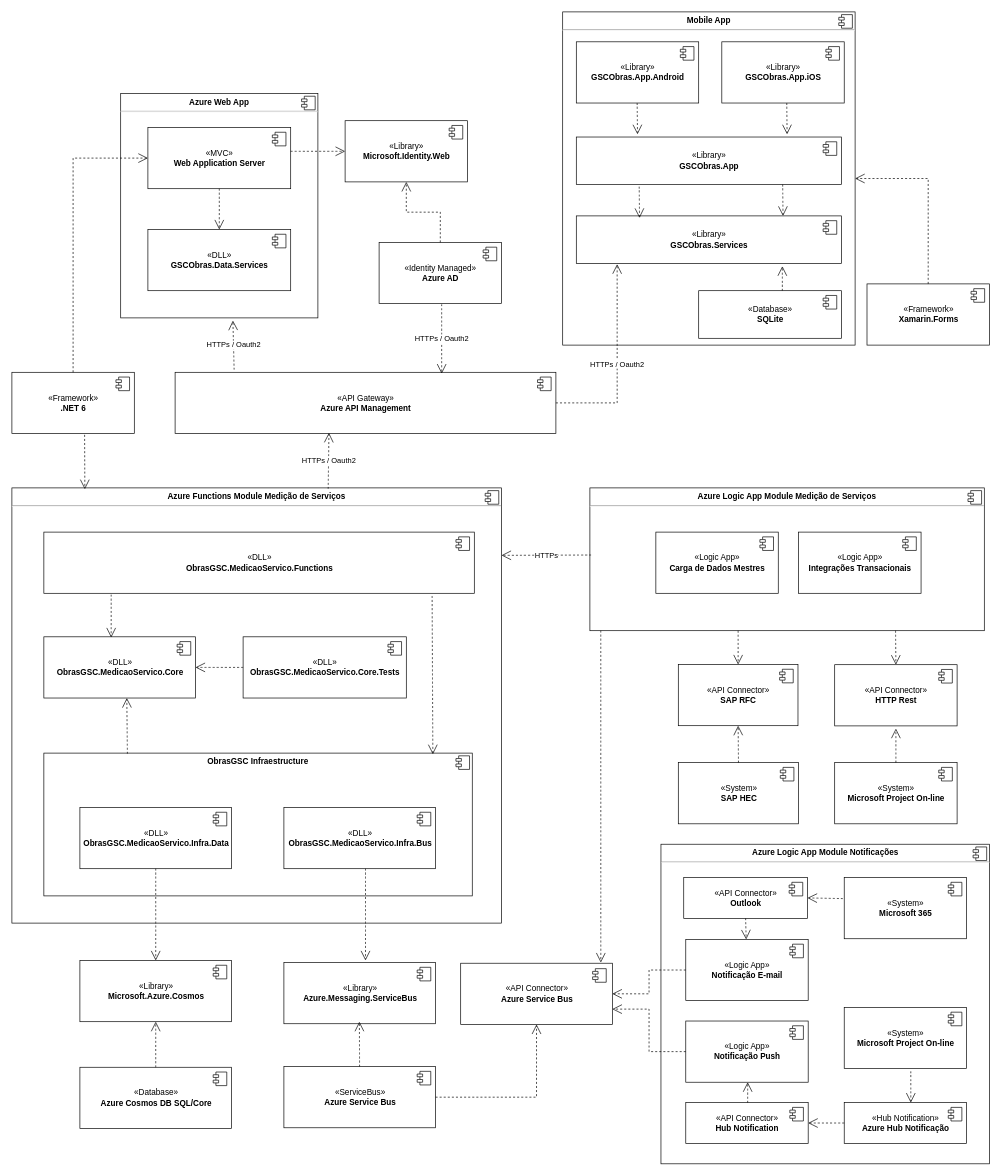
Before: page "Componentes" (3 of 4) of docs/etapa2/diagramas-pucminas-2021.drawio in aizefler/pucminas, a draw.io diagram. Source tidied: cells renumbered, new cells numbered last; positions are measured from the earlier drawing's top-left corner, leaving out a move shared by most shapes. Both pictures are drawn from the tidied source at 68%, with x=0, y=0 at pixel (12, 12).
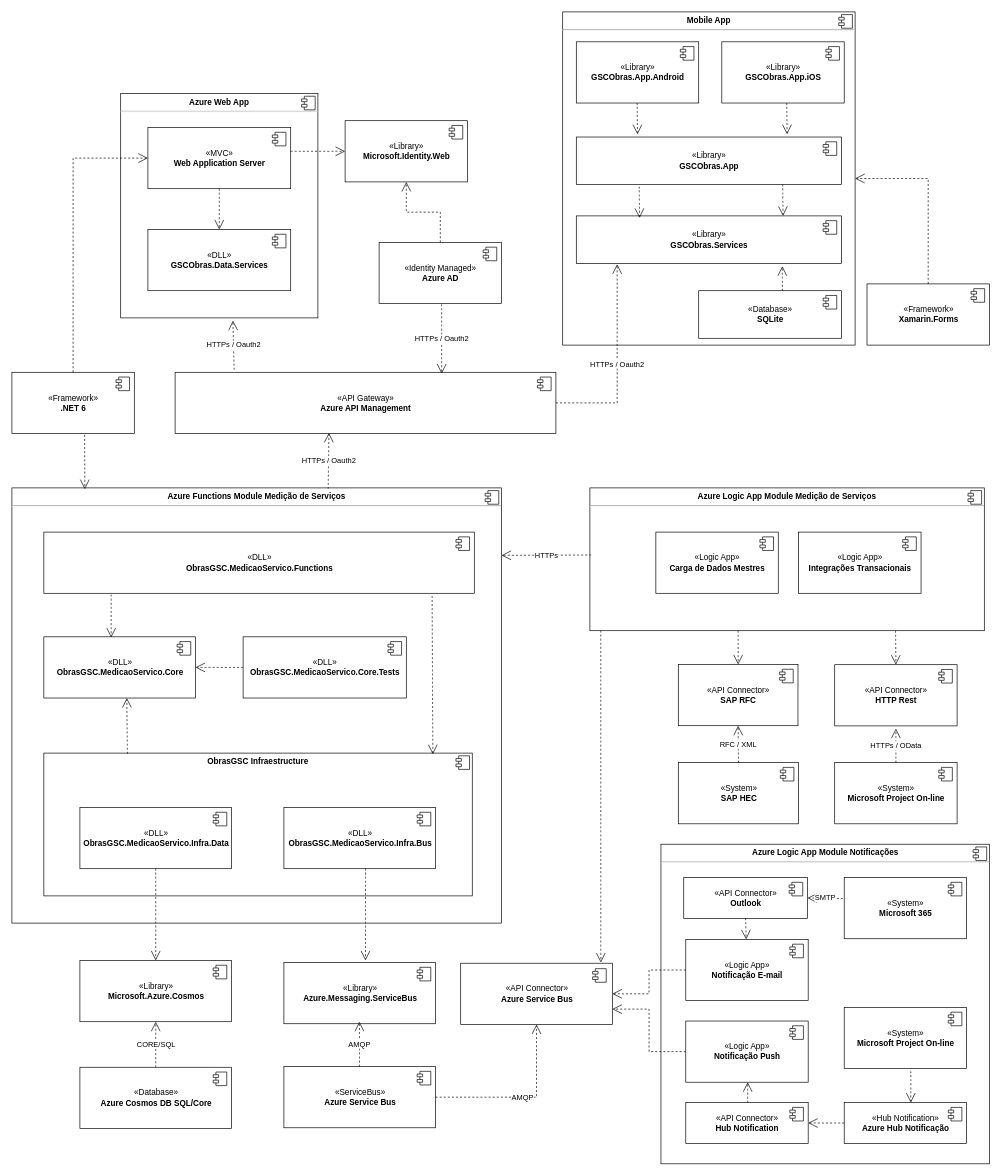
The same page after the edit.

Commit message:
Ajustes finais

The change refers to these unchanged cells:
```xml
<mxCell id="34" value="«Library»&lt;br&gt;&lt;b&gt;Microsoft.Azure.Cosmos&lt;/b&gt;" style="html=1;" parent="1" vertex="1">
  <mxGeometry x="100" y="1395" width="223" height="90" as="geometry" />
</mxCell>
<mxCell id="36" value="«Database»&lt;br&gt;&lt;b&gt;Azure Cosmos DB SQL/Core&lt;/b&gt;" style="html=1;" parent="1" vertex="1">
  <mxGeometry x="100" y="1552" width="223" height="90" as="geometry" />
</mxCell>
<mxCell id="50" value="«ServiceBus»&lt;br&gt;&lt;b&gt;Azure Service Bus&lt;/b&gt;" style="html=1;" parent="1" vertex="1">
  <mxGeometry x="400" y="1551" width="223" height="90" as="geometry" />
</mxCell>
<mxCell id="56" value="«API Connector»&lt;br&gt;&lt;b&gt;Azure Service Bus&lt;/b&gt;" style="html=1;" parent="1" vertex="1">
  <mxGeometry x="660" y="1399" width="223" height="90" as="geometry" />
</mxCell>
<mxCell id="63" value="«API Connector»&lt;br&gt;&lt;b&gt;SAP RFC&lt;/b&gt;" style="html=1;" parent="1" vertex="1">
  <mxGeometry x="980" y="959.7" width="176" height="90" as="geometry" />
</mxCell>
<mxCell id="65" value="«System»&lt;br&gt;&lt;b&gt;SAP HEC&lt;/b&gt;" style="html=1;" parent="1" vertex="1">
  <mxGeometry x="980" y="1104" width="177" height="90" as="geometry" />
</mxCell>
<mxCell id="73" value="«System»&lt;br&gt;&lt;b&gt;Microsoft Project On-line&lt;/b&gt;" style="html=1;" parent="1" vertex="1">
  <mxGeometry x="1210" y="1104" width="180" height="90" as="geometry" />
</mxCell>
<mxCell id="85" value="«API Connector»&lt;br&gt;&lt;b&gt;Outlook&lt;/b&gt;" style="html=1;" parent="1" vertex="1">
  <mxGeometry x="988" y="1273" width="182" height="60" as="geometry" />
</mxCell>
<mxCell id="93" value="«System»&lt;br&gt;&lt;b&gt;Microsoft 365&lt;/b&gt;" style="html=1;" parent="1" vertex="1">
  <mxGeometry x="1224" y="1273" width="180" height="90" as="geometry" />
</mxCell>
```

What changed in the source:
```diff
@@
-    <mxCell id="38" style="endArrow=open;endSize=12;dashed=1;html=1;rounded=0;labelBackgroundColor=#FFFFFF;curved=1;entryX=0.5;entryY=1;entryDx=0;entryDy=0;" parent="1" edge="1" source="36" target="34">
+    <mxCell id="38" value="CORE/SQL" style="endArrow=open;endSize=12;dashed=1;html=1;rounded=0;labelBackgroundColor=#FFFFFF;curved=1;entryX=0.5;entryY=1;entryDx=0;entryDy=0;" parent="1" edge="1" source="36" target="34">
       <mxGeometry relative="1" as="geometry" />
     </mxCell>
@@
-    <mxCell id="52" style="endArrow=open;endSize=12;dashed=1;html=1;rounded=0;labelBackgroundColor=#FFFFFF;curved=1;entryX=0.5;entryY=1;entryDx=0;entryDy=0;" parent="1" edge="1" source="50">
+    <mxCell id="52" value="AMQP" style="endArrow=open;endSize=12;dashed=1;html=1;rounded=0;labelBackgroundColor=#FFFFFF;curved=1;entryX=0.5;entryY=1;entryDx=0;entryDy=0;" parent="1" edge="1" source="50">
       <mxGeometry relative="1" as="geometry">
         <mxPoint x="511" y="1485" as="targetPoint" />
       </mxGeometry>
     </mxCell>
@@
-    <mxCell id="61" style="endArrow=open;endSize=12;dashed=1;html=1;rounded=0;labelBackgroundColor=#FFFFFF;edgeStyle=orthogonalEdgeStyle;exitX=1;exitY=0.5;exitDx=0;exitDy=0;" parent="1" edge="1" source="50" target="56">
+    <mxCell id="61" value="AMQP" style="endArrow=open;endSize=12;dashed=1;html=1;rounded=0;labelBackgroundColor=#FFFFFF;edgeStyle=orthogonalEdgeStyle;exitX=1;exitY=0.5;exitDx=0;exitDy=0;" parent="1" edge="1" source="50" target="56">
       <mxGeometry relative="1" as="geometry" />
     </mxCell>
@@
-    <mxCell id="68" style="endArrow=open;endSize=12;dashed=1;html=1;rounded=0;labelBackgroundColor=#FFFFFF;curved=1;exitX=0.5;exitY=0;exitDx=0;exitDy=0;entryX=0.5;entryY=1;entryDx=0;entryDy=0;" parent="1" edge="1" source="65" target="63">
+    <mxCell id="68" value="RFC / XML" style="endArrow=open;endSize=12;dashed=1;html=1;rounded=0;labelBackgroundColor=#FFFFFF;curved=1;exitX=0.5;exitY=0;exitDx=0;exitDy=0;entryX=0.5;entryY=1;entryDx=0;entryDy=0;" parent="1" edge="1" source="65" target="63">
       <mxGeometry relative="1" as="geometry" />
     </mxCell>
@@
-    <mxCell id="76" style="endArrow=open;endSize=12;dashed=1;html=1;rounded=0;labelBackgroundColor=#FFFFFF;curved=1;exitX=0.5;exitY=0;exitDx=0;exitDy=0;" parent="1" edge="1" source="73">
+    <mxCell id="76" value="HTTPs / OData" style="endArrow=open;endSize=12;dashed=1;html=1;rounded=0;labelBackgroundColor=#FFFFFF;curved=1;exitX=0.5;exitY=0;exitDx=0;exitDy=0;" parent="1" edge="1" source="73">
       <mxGeometry relative="1" as="geometry">
         <mxPoint x="1300" y="1054" as="targetPoint" />
       </mxGeometry>
     </mxCell>
@@
-    <mxCell id="97" style="endArrow=open;endSize=12;dashed=1;html=1;rounded=0;labelBackgroundColor=#FFFFFF;curved=1;exitX=-0.011;exitY=0.344;exitDx=0;exitDy=0;exitPerimeter=0;entryX=1;entryY=0.5;entryDx=0;entryDy=0;" parent="1" edge="1" source="93" target="85">
+    <mxCell id="97" value="SMTP" style="endArrow=open;endSize=12;dashed=1;html=1;rounded=0;labelBackgroundColor=#FFFFFF;curved=1;exitX=-0.011;exitY=0.344;exitDx=0;exitDy=0;exitPerimeter=0;entryX=1;entryY=0.5;entryDx=0;entryDy=0;" parent="1" edge="1" source="93" target="85">
       <mxGeometry relative="1" as="geometry" />
     </mxCell>
```
